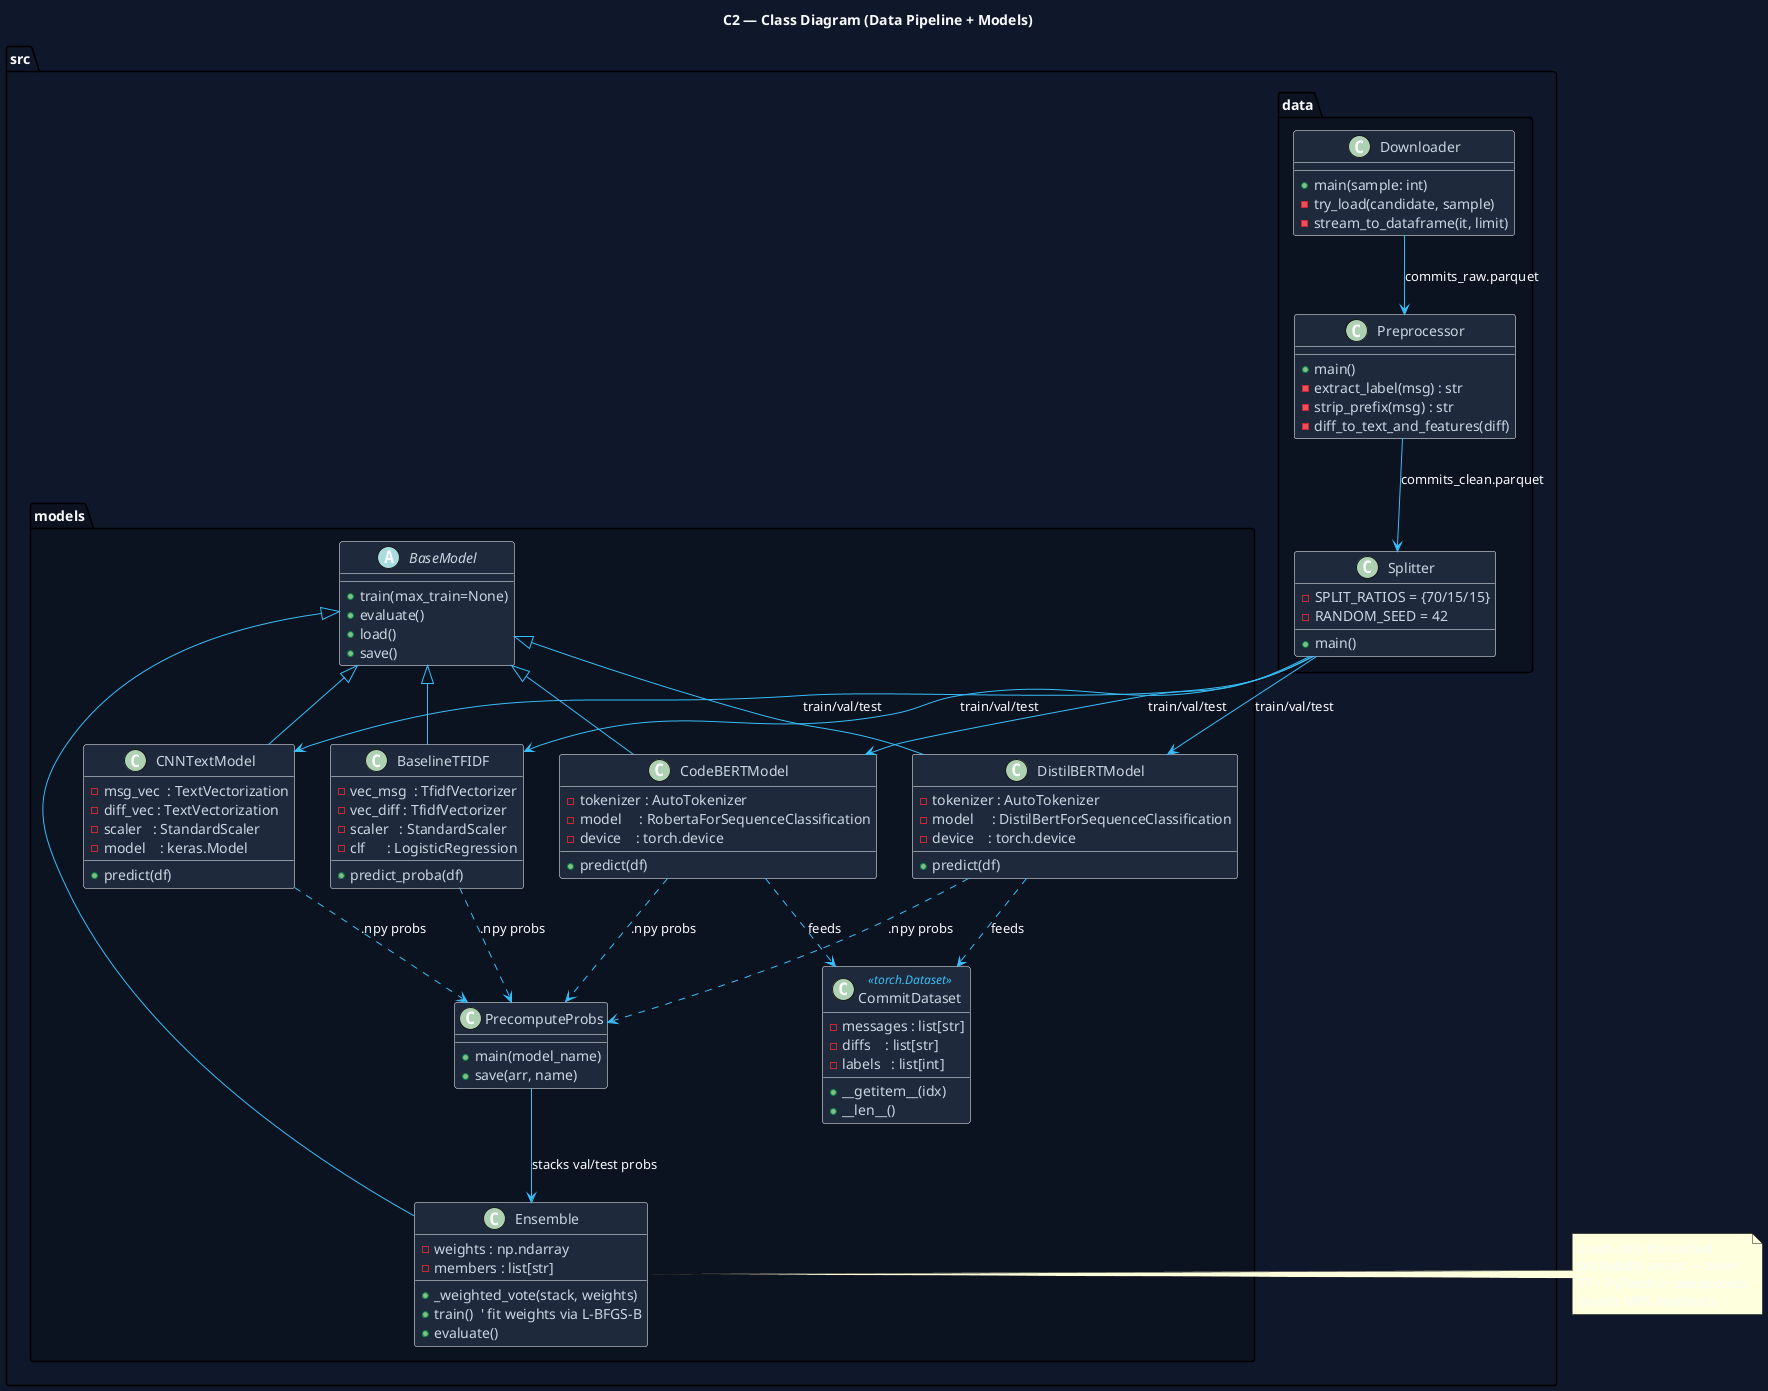
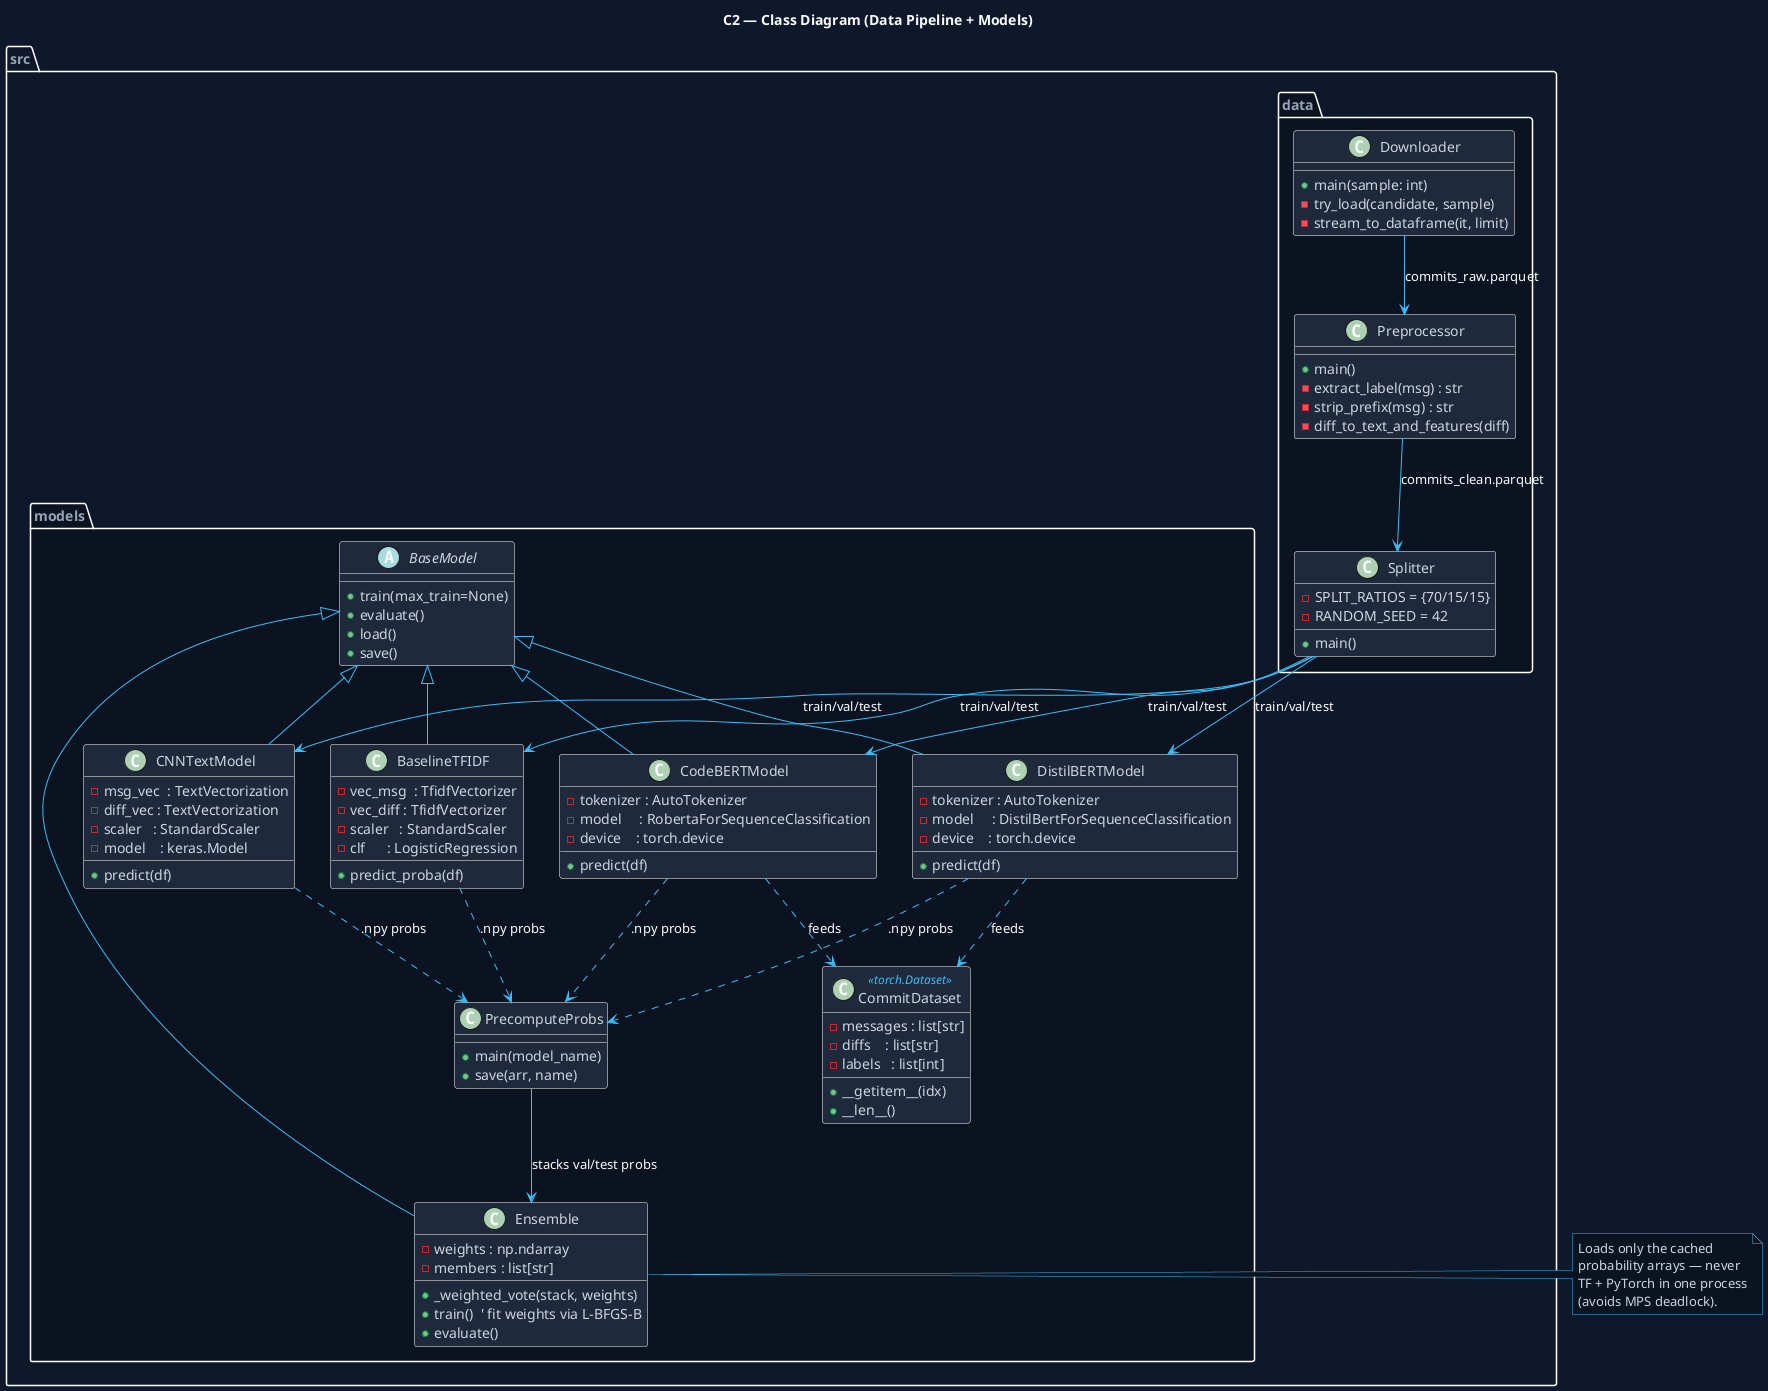
@startuml 03_class_pipeline_models
' Figure 3 — Class Diagram (Data Pipeline + Models)
' Covers the offline side:  raw dataset -> features -> 5 trained classifiers.

skinparam backgroundColor #0F172A
skinparam shadowing false
skinparam defaultFontName "Fira Sans"
skinparam defaultFontColor #F8FAFC

skinparam class {
  BorderColor rgba(148,163,184,0.30)
  BackgroundColor #1E293B
  ArrowColor #38BDF8
  FontColor #F8FAFC
  AttributeFontColor #CBD5E1
  AttributeFontName "Fira Code"
  StereotypeFontColor #38BDF8
}
+ skinparam noteFontColor #CBD5E1
+ skinparam noteFontName "Fira Code"
+ skinparam noteBackgroundColor #0B1220
+ skinparam noteBorderColor #38BDF8
+ skinparam packageFontColor #94A3B8
+ skinparam packageBorderColor rgba(148,163,184,0.18)

title C2 — Class Diagram (Data Pipeline + Models)

package "src.data" #0B1220 {
  class Downloader {
    + main(sample: int)
    - try_load(candidate, sample)
    - stream_to_dataframe(it, limit)
  }
  class Preprocessor {
    + main()
    - extract_label(msg) : str
    - strip_prefix(msg) : str
    - diff_to_text_and_features(diff)
  }
  class Splitter {
    + main()
    - SPLIT_RATIOS = {70/15/15}
    - RANDOM_SEED = 42
  }
}

package "src.models" #0B1220 {
  abstract class BaseModel {
    + train(max_train=None)
    + evaluate()
    + load()
    + save()
  }

  class BaselineTFIDF {
    - vec_msg  : TfidfVectorizer
    - vec_diff : TfidfVectorizer
    - scaler   : StandardScaler
    - clf      : LogisticRegression
    + predict_proba(df)
  }
  class CNNTextModel {
    - msg_vec  : TextVectorization
    - diff_vec : TextVectorization
    - scaler   : StandardScaler
    - model    : keras.Model
    + predict(df)
  }
  class DistilBERTModel {
    - tokenizer : AutoTokenizer
    - model     : DistilBertForSequenceClassification
    - device    : torch.device
    + predict(df)
  }
  class CodeBERTModel {
    - tokenizer : AutoTokenizer
    - model     : RobertaForSequenceClassification
    - device    : torch.device
    + predict(df)
  }
  class Ensemble {
    - weights : np.ndarray
    - members : list[str]
    + _weighted_vote(stack, weights)
    + train()  ' fit weights via L-BFGS-B
    + evaluate()
  }

  class CommitDataset <<torch.Dataset>> {
    - messages : list[str]
    - diffs    : list[str]
    - labels   : list[int]
    + __getitem__(idx)
    + __len__()
  }

  class PrecomputeProbs {
    + main(model_name)
    + save(arr, name)
  }
}

BaseModel <|-- BaselineTFIDF
BaseModel <|-- CNNTextModel
BaseModel <|-- DistilBERTModel
BaseModel <|-- CodeBERTModel
BaseModel <|-- Ensemble

DistilBERTModel ..> CommitDataset : feeds
CodeBERTModel   ..> CommitDataset : feeds

Downloader --> Preprocessor : commits_raw.parquet
Preprocessor --> Splitter   : commits_clean.parquet
Splitter --> BaselineTFIDF  : train/val/test
Splitter --> CNNTextModel   : train/val/test
Splitter --> DistilBERTModel : train/val/test
Splitter --> CodeBERTModel  : train/val/test

BaselineTFIDF ..> PrecomputeProbs : .npy probs
CNNTextModel ..> PrecomputeProbs  : .npy probs
DistilBERTModel ..> PrecomputeProbs : .npy probs
CodeBERTModel ..> PrecomputeProbs : .npy probs
PrecomputeProbs --> Ensemble : stacks val/test probs

note right of Ensemble
  Loads only the cached
  probability arrays — never
  TF + PyTorch in one process
  (avoids MPS deadlock).
end note

@enduml
